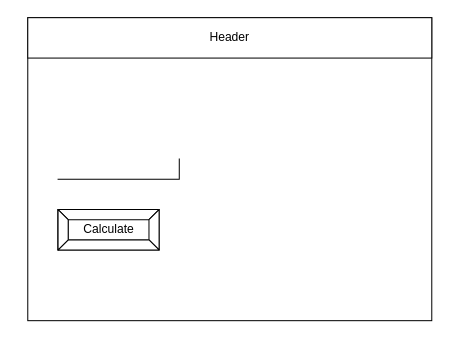
The draw.io diagram design/story-board.drawio in Chloe-Havel/ICS2O-unit-5-05, before the edit. Source tidied: cells renumbered, new cells numbered last; positions are measured from the earlier drawing's top-left corner, leaving out a move shared by most shapes. Both pictures are drawn from the tidied source at 101%, with x=0, y=0 at pixel (27, 17).
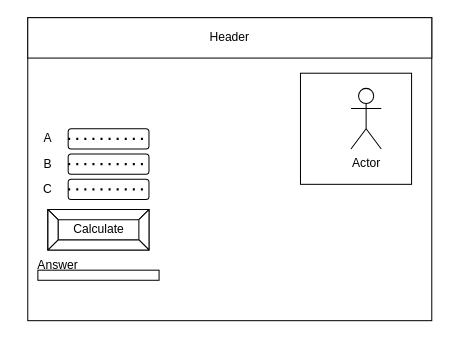
After the change.

The edit, as a diff of the source:
```diff
@@
 <mxGraphModel>
   <root>
     <mxCell id="0" />
     <mxCell id="1" parent="0" />
     <mxCell id="2" style="rounded=0;whiteSpace=wrap;html=1;" parent="1" vertex="1">
       <mxGeometry width="400" height="300" as="geometry" />
     </mxCell>
     <mxCell id="3" value="Header" style="rounded=0;whiteSpace=wrap;html=1;" parent="1" vertex="1">
       <mxGeometry width="400" height="40" as="geometry" />
     </mxCell>
-    <mxCell id="4" style="shape=partialRectangle;whiteSpace=wrap;html=1;top=0;left=0;fillColor=none;" parent="1" vertex="1">
-      <mxGeometry x="30" y="140" width="120" height="20" as="geometry" />
-    </mxCell>
     <mxCell id="5" value="Calculate" style="labelPosition=center;verticalLabelPosition=middle;align=center;html=1;shape=mxgraph.basic.button;dx=10;" parent="1" vertex="1">
-      <mxGeometry x="30" y="190" width="100" height="40" as="geometry" />
+      <mxGeometry x="20" y="190" width="100" height="40" as="geometry" />
     </mxCell>
+    <mxCell id="6" style="rounded=1;whiteSpace=wrap;html=1;" parent="1" vertex="1">
+      <mxGeometry x="40" y="160" width="80" height="20" as="geometry" />
+    </mxCell>
+    <mxCell id="7" style="endArrow=none;dashed=1;html=1;dashPattern=1 3;strokeWidth=2;entryX=1;entryY=0.5;entryDx=0;entryDy=0;" parent="1" edge="1" target="6">
+      <mxGeometry relative="1" as="geometry">
+        <mxPoint x="40" y="170" as="sourcePoint" />
+      </mxGeometry>
+    </mxCell>
+    <mxCell id="8" style="rounded=1;whiteSpace=wrap;html=1;" parent="1" vertex="1">
+      <mxGeometry x="40" y="110" width="80" height="20" as="geometry" />
+    </mxCell>
+    <mxCell id="9" style="endArrow=none;dashed=1;html=1;dashPattern=1 3;strokeWidth=2;entryX=1;entryY=0.5;entryDx=0;entryDy=0;" parent="1" edge="1" target="8">
+      <mxGeometry relative="1" as="geometry">
+        <mxPoint x="40" y="120" as="sourcePoint" />
+      </mxGeometry>
+    </mxCell>
+    <mxCell id="10" value="A" style="text;html=1;strokeColor=none;fillColor=none;align=center;verticalAlign=middle;whiteSpace=wrap;rounded=0;" parent="1" vertex="1">
+      <mxGeometry x="-10" y="105" width="60" height="30" as="geometry" />
+    </mxCell>
+    <mxCell id="11" value="B" style="text;html=1;strokeColor=none;fillColor=none;align=center;verticalAlign=middle;whiteSpace=wrap;rounded=0;" parent="1" vertex="1">
+      <mxGeometry x="-10" y="130" width="60" height="30" as="geometry" />
+    </mxCell>
+    <mxCell id="12" value="C" style="text;html=1;strokeColor=none;fillColor=none;align=center;verticalAlign=middle;whiteSpace=wrap;rounded=0;" parent="1" vertex="1">
+      <mxGeometry x="-10" y="155" width="60" height="30" as="geometry" />
+    </mxCell>
+    <mxCell id="13" style="rounded=1;whiteSpace=wrap;html=1;" parent="1" vertex="1">
+      <mxGeometry x="40" y="135" width="80" height="20" as="geometry" />
+    </mxCell>
+    <mxCell id="14" style="endArrow=none;dashed=1;html=1;dashPattern=1 3;strokeWidth=2;entryX=1;entryY=0.5;entryDx=0;entryDy=0;" parent="1" edge="1" target="13">
+      <mxGeometry relative="1" as="geometry">
+        <mxPoint x="40" y="145" as="sourcePoint" />
+      </mxGeometry>
+    </mxCell>
+    <mxCell id="15" style="rounded=0;whiteSpace=wrap;html=1;" parent="1" vertex="1">
+      <mxGeometry x="10" y="250" width="120" height="10" as="geometry" />
+    </mxCell>
+    <mxCell id="16" value="Answer" style="text;html=1;strokeColor=none;fillColor=none;align=center;verticalAlign=middle;whiteSpace=wrap;rounded=0;" parent="1" vertex="1">
+      <mxGeometry y="230" width="60" height="30" as="geometry" />
+    </mxCell>
+    <mxCell id="17" style="whiteSpace=wrap;html=1;" parent="1" vertex="1">
+      <mxGeometry x="270" y="55" width="110" height="110" as="geometry" />
+    </mxCell>
+    <mxCell id="18" value="Actor" style="shape=umlActor;verticalLabelPosition=bottom;verticalAlign=top;html=1;" parent="1" vertex="1">
+      <mxGeometry x="320" y="70" width="30" height="60" as="geometry" />
+    </mxCell>
   </root>
 </mxGraphModel>
```
